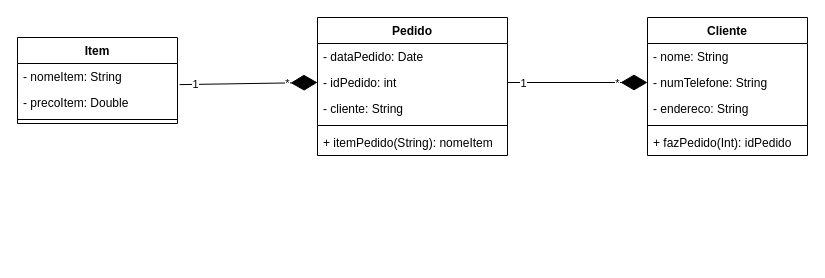
Above: POA Aula7.drawio in heberth-fonseca/CTD-Programacao-Orientada-Objetos (draw.io), before the change. Source tidied: cells renumbered, new cells numbered last; positions are measured from the earlier drawing's top-left corner, leaving out a move shared by most shapes. Both pictures are drawn from the tidied source at 100%, with x=0, y=0 at pixel (17, 17).
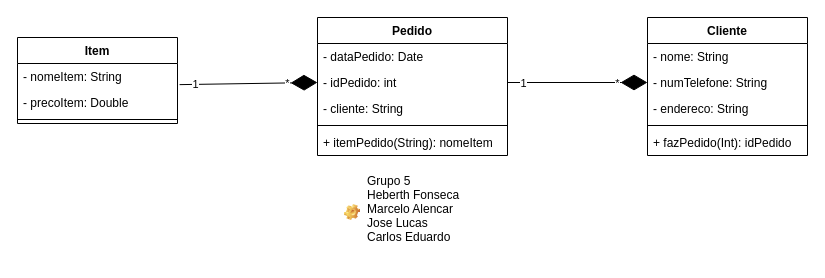
After the change.

Diff of the diagram source:
```diff
@@
+    <mxCell id="24" value="Grupo 5&#10;Heberth Fonseca&#10;Marcelo Alencar&#10;Jose Lucas&#10;Carlos Eduardo" style="label;fontStyle=0;strokeColor=none;fillColor=none;align=left;verticalAlign=top;overflow=hidden;spacingLeft=28;spacingRight=4;imageWidth=16;imageHeight=16;image=img/clipart/Gear_128x128.png;" parent="1" vertex="1">
+      <mxGeometry x="320" y="150" width="140" height="90" as="geometry" />
+    </mxCell>
```
